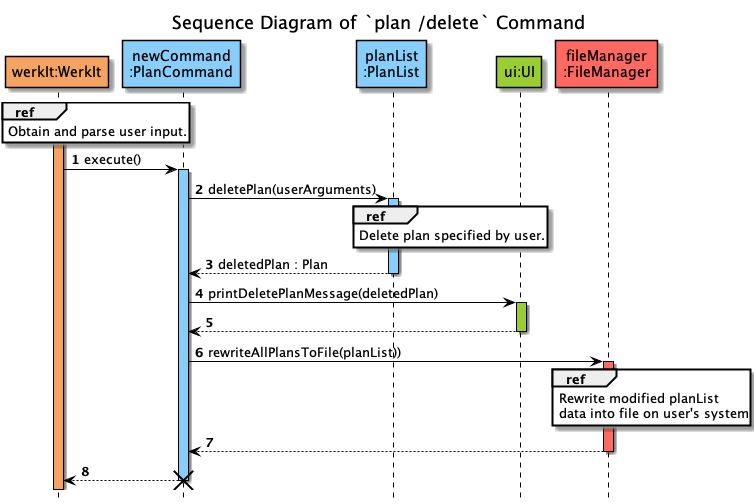
Before: docs/uml/sequenceDiagrams/plans/images/deletePlan-Part1.png, a diagram exported from PlantUML (nus-cs2113-AY2122S2/tp).
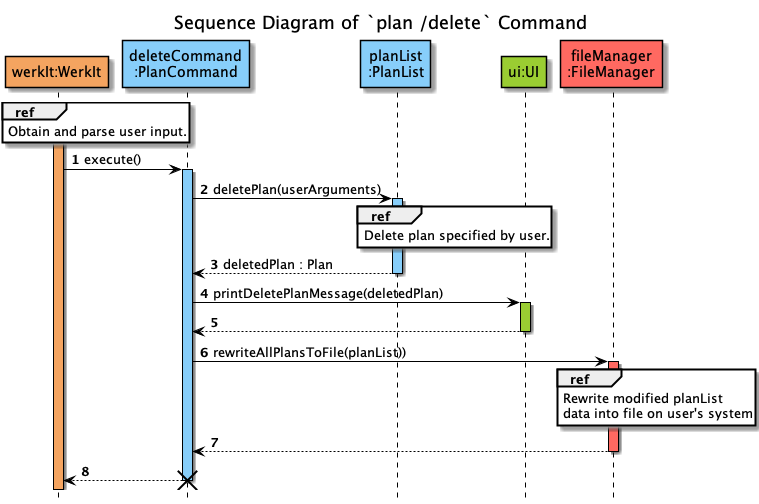
Above is the later version.

Commit message:
Edit SD for plan related feature

Diff of the diagram source:
```diff
@@ -7,7 +7,7 @@
 hide footbox
 
 participant "werkIt:WerkIt" AS WerkIt COLOR_WERKIT
-participant "newCommand\n:PlanCommand" AS deleteCommand COLOR_LOGIC
+participant "deleteCommand\n:PlanCommand" AS deleteCommand COLOR_LOGIC
 participant "planList\n:PlanList" AS PlanList COLOR_LOGIC
 participant "ui:UI" AS UI2 COLOR_UI
 participant "fileManager\n:FileManager" as FileManager COLOR_STORAGE
```
